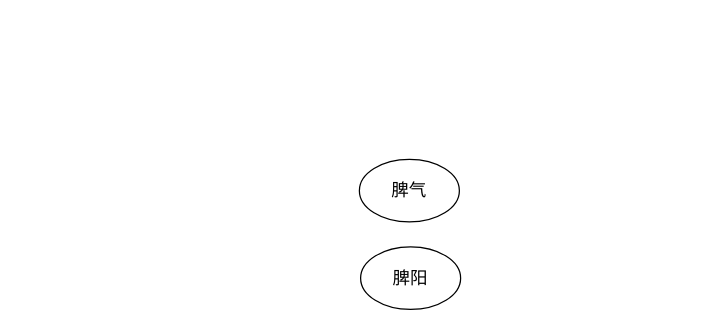
Before: 医门推敲叁/中医藏象学说/藏像学说之脾/脾的主要生理功能/005脾主统血.drawio in 328507133/chart, a draw.io diagram. Source tidied: cells renumbered, new cells numbered last; positions are measured from the earlier drawing's top-left corner, leaving out a move shared by most shapes. Both pictures are drawn from the tidied source at 125%, with x=0, y=0 at pixel (359, 159).
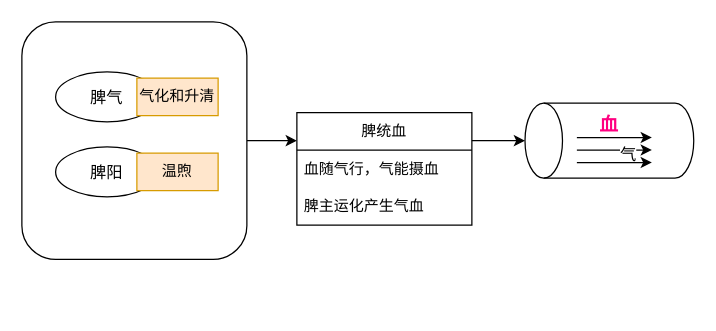
After the change.

Commit message (it also covers changes not shown here):
更新005脾主统血.drawio

What changed in the source:
```diff
@@
+    <mxCell id="4" style="edgeStyle=orthogonalEdgeStyle;rounded=0;jettySize=auto;html=1;exitX=1;exitY=0.5;exitDx=0;exitDy=0;entryX=0;entryY=0.25;entryDx=0;entryDy=0;" parent="1" edge="1" source="5" target="19">
+      <mxGeometry relative="1" as="geometry" />
+    </mxCell>
+    <mxCell id="5" style="rounded=1;whiteSpace=wrap;html=1;" parent="1" vertex="1">
+      <mxGeometry x="-270" y="-110" width="180" height="190" as="geometry" />
+    </mxCell>
+    <mxCell id="6" style="group;" parent="1" vertex="1">
+      <mxGeometry x="-243" y="-70" width="130" height="40" as="geometry" />
+    </mxCell>
-    <mxCell id="2" value="脾气" style="ellipse;whiteSpace=wrap;html=1;fontSize=14;" parent="1" vertex="1">
-      <mxGeometry width="80" height="50" as="geometry" />
+    <mxCell id="2" value="脾气" style="ellipse;whiteSpace=wrap;html=1;fontSize=13;" parent="6" vertex="1">
+      <mxGeometry width="82.3" height="40" as="geometry" />
     </mxCell>
+    <mxCell id="7" style="endArrow=classic;html=1;rounded=0;exitX=1;exitY=0.5;exitDx=0;exitDy=0;" parent="6" edge="1" source="2" target="8">
+      <mxGeometry relative="1" as="geometry" />
+    </mxCell>
+    <mxCell id="8" value="气化和升清" style="text;html=1;strokeColor=#d79b00;fillColor=#ffe6cc;align=center;verticalAlign=middle;whiteSpace=wrap;rounded=0;" parent="6" vertex="1">
+      <mxGeometry x="65" y="5" width="65" height="30" as="geometry" />
+    </mxCell>
+    <mxCell id="9" style="group;" parent="1" vertex="1">
+      <mxGeometry x="-243" y="-10" width="130" height="40" as="geometry" />
+    </mxCell>
-    <mxCell id="3" value="脾阳" style="ellipse;whiteSpace=wrap;html=1;fontSize=14;" parent="1" vertex="1">
-      <mxGeometry x="1" y="70" width="80" height="50" as="geometry" />
+    <mxCell id="3" value="脾阳" style="ellipse;whiteSpace=wrap;html=1;fontSize=13;" parent="9" vertex="1">
+      <mxGeometry width="82.3" height="40" as="geometry" />
     </mxCell>
+    <mxCell id="10" style="endArrow=classic;html=1;rounded=0;exitX=1;exitY=0.5;exitDx=0;exitDy=0;" parent="9" edge="1" source="3" target="11">
+      <mxGeometry relative="1" as="geometry" />
+    </mxCell>
+    <mxCell id="11" value="温煦" style="text;html=1;strokeColor=#d79b00;fillColor=#ffe6cc;align=center;verticalAlign=middle;whiteSpace=wrap;rounded=0;" parent="9" vertex="1">
+      <mxGeometry x="65" y="5" width="65" height="30" as="geometry" />
+    </mxCell>
+    <mxCell id="12" style="shape=cylinder3;whiteSpace=wrap;html=1;boundedLbl=1;backgroundOutline=1;size=15;rotation=-90;" parent="1" vertex="1">
+      <mxGeometry x="170" y="-82.5" width="60" height="135" as="geometry" />
+    </mxCell>
+    <mxCell id="13" style="group;" parent="1" vertex="1">
+      <mxGeometry x="174" y="-17.5" width="60" height="20" as="geometry" />
+    </mxCell>
+    <mxCell id="14" style="endArrow=classic;html=1;rounded=0;" parent="13" edge="1">
+      <mxGeometry relative="1" as="geometry">
+        <mxPoint as="sourcePoint" />
+        <mxPoint x="60" as="targetPoint" />
+      </mxGeometry>
+    </mxCell>
+    <mxCell id="15" style="endArrow=classic;html=1;rounded=0;fontSize=13;" parent="13" edge="1">
+      <mxGeometry relative="1" as="geometry">
+        <mxPoint y="10" as="sourcePoint" />
+        <mxPoint x="60" y="10" as="targetPoint" />
+      </mxGeometry>
+    </mxCell>
+    <mxCell id="16" value="&lt;font style=&quot;font-size: 13px;&quot;&gt;气&lt;/font&gt;" style="edgeLabel;html=1;align=center;verticalAlign=middle;" parent="15" vertex="1">
+      <mxGeometry x="0.34" y="-2" relative="1" as="geometry">
+        <mxPoint y="1" as="offset" />
+      </mxGeometry>
+    </mxCell>
+    <mxCell id="17" style="endArrow=classic;html=1;rounded=0;" parent="13" edge="1">
+      <mxGeometry relative="1" as="geometry">
+        <mxPoint y="20" as="sourcePoint" />
+        <mxPoint x="60" y="20" as="targetPoint" />
+      </mxGeometry>
+    </mxCell>
+    <mxCell id="18" value="血" style="text;html=1;align=center;verticalAlign=middle;whiteSpace=wrap;rounded=0;fontSize=15;fontStyle=1;fontColor=#FF0080;" parent="1" vertex="1">
+      <mxGeometry x="170" y="-43" width="60" height="30" as="geometry" />
+    </mxCell>
+    <mxCell id="19" value="脾统血" style="swimlane;fontStyle=0;horizontal=1;startSize=30;whiteSpace=wrap;html=1;" parent="1" vertex="1">
+      <mxGeometry x="-50" y="-37.5" width="140" height="90" as="geometry" />
+    </mxCell>
+    <mxCell id="20" value="血随气行，气能摄血" style="text;strokeColor=none;fillColor=none;align=left;verticalAlign=middle;spacingLeft=4;spacingRight=4;overflow=hidden;whiteSpace=wrap;html=1;" parent="19" vertex="1">
+      <mxGeometry y="30" width="140" height="30" as="geometry" />
+    </mxCell>
+    <mxCell id="21" value="脾主运化产生气血" style="text;strokeColor=none;fillColor=none;align=left;verticalAlign=middle;spacingLeft=4;spacingRight=4;overflow=hidden;whiteSpace=wrap;html=1;" parent="19" vertex="1">
+      <mxGeometry y="60" width="140" height="30" as="geometry" />
+    </mxCell>
+    <mxCell id="22" style="edgeStyle=orthogonalEdgeStyle;rounded=0;jettySize=auto;html=1;exitX=1;exitY=0.25;exitDx=0;exitDy=0;entryX=0.5;entryY=0;entryDx=0;entryDy=0;entryPerimeter=0;" parent="1" edge="1" source="19" target="12">
+      <mxGeometry relative="1" as="geometry" />
+    </mxCell>
```
